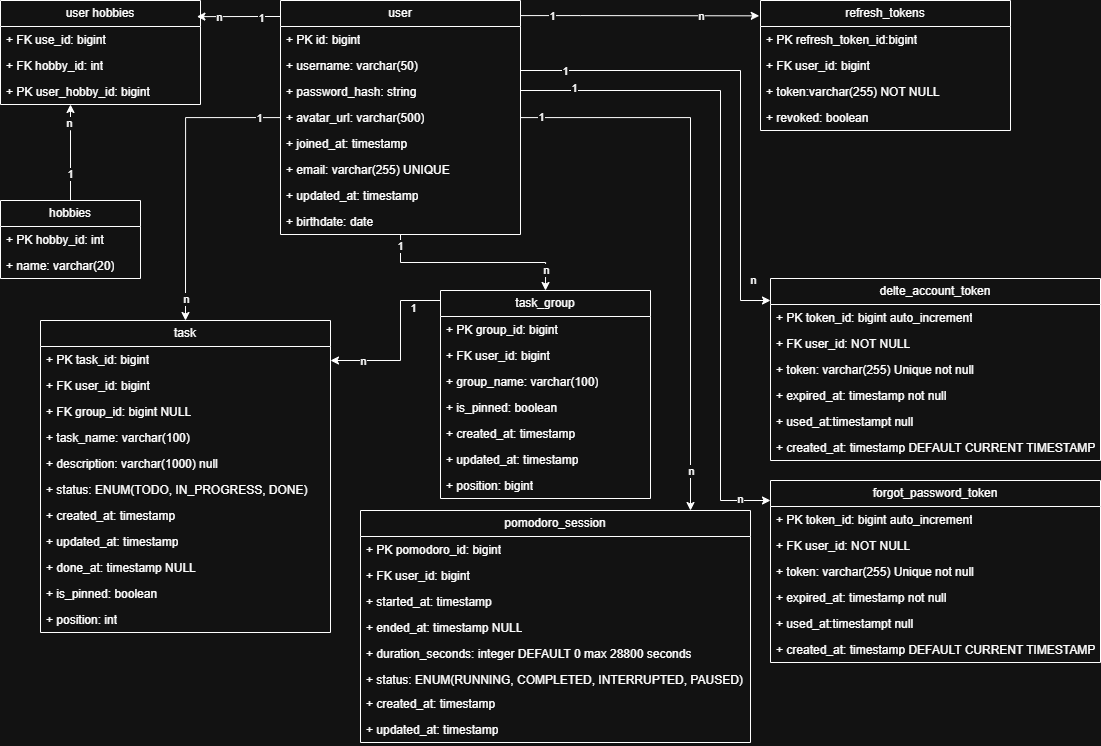
Above: design/diagrams/erd/erd_focusflow.drawio.png in nhatkhang25092005/Focus-Flow (draw.io), before the change. Source tidied: cells renumbered, new cells last; positions are measured from the earlier drawing's top-left corner, leaving out a move shared by most shapes.
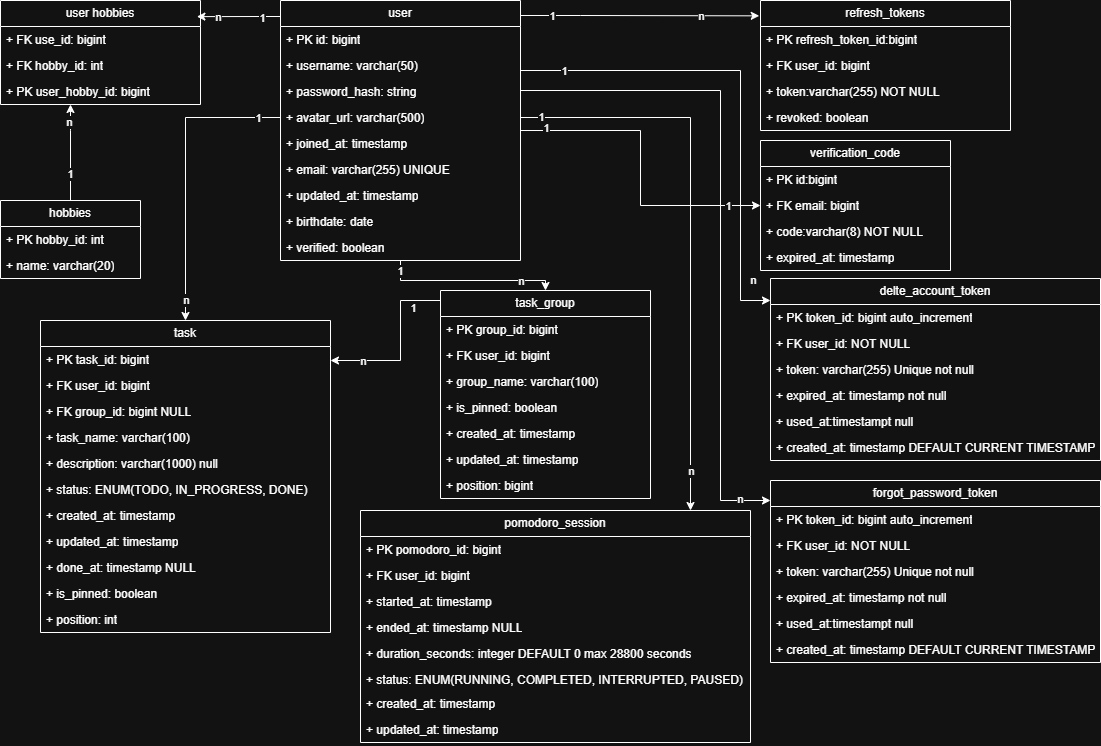
Above is the later version.

Diff of the diagram source:
```diff
@@ -3,13 +3,20 @@
     <mxCell id="0" />
     <mxCell id="1" parent="0" />
     <mxCell id="2" style="edgeStyle=orthogonalEdgeStyle;rounded=0;jettySize=auto;html=1;entryX=0.5;entryY=0;entryDx=0;entryDy=0;" parent="1" edge="1" source="14" target="23">
-      <mxGeometry relative="1" as="geometry" />
+      <mxGeometry relative="1" as="geometry">
+        <Array as="points">
+          <mxPoint x="400" y="280" />
+          <mxPoint x="545" y="280" />
+        </Array>
+      </mxGeometry>
     </mxCell>
     <mxCell id="3" value="1" style="edgeLabel;html=1;align=center;verticalAlign=middle;" parent="2" vertex="1">
       <mxGeometry x="-0.89" y="-1" relative="1" as="geometry" />
     </mxCell>
     <mxCell id="4" value="n" style="edgeLabel;html=1;align=center;verticalAlign=middle;" parent="2" vertex="1">
-      <mxGeometry x="0.8" relative="1" as="geometry" />
+      <mxGeometry x="0.8" relative="1" as="geometry">
+        <mxPoint x="-17" as="offset" />
+      </mxGeometry>
     </mxCell>
     <mxCell id="5" style="edgeStyle=orthogonalEdgeStyle;rounded=0;jettySize=auto;html=1;entryX=0.5;entryY=0;entryDx=0;entryDy=0;" parent="1" edge="1" source="14" target="31">
       <mxGeometry relative="1" as="geometry">
@@ -40,7 +47,7 @@
         <mxPoint x="14" y="-2" as="offset" />
       </mxGeometry>
     </mxCell>
-    <mxCell id="11" style="edgeStyle=orthogonalEdgeStyle;rounded=0;jettySize=auto;html=1;" parent="1" edge="1" source="14" target="68">
+    <mxCell id="11" style="edgeStyle=orthogonalEdgeStyle;rounded=0;jettySize=auto;html=1;exitX=1;exitY=0.5;exitDx=0;exitDy=0;" parent="1" edge="1" source="17" target="68">
       <mxGeometry relative="1" as="geometry">
         <Array as="points">
           <mxPoint x="720" y="90" />
@@ -48,14 +55,11 @@
         </Array>
       </mxGeometry>
     </mxCell>
-    <mxCell id="12" value="1" style="edgeLabel;html=1;align=center;verticalAlign=middle;" parent="11" vertex="1">
-      <mxGeometry x="-0.84" y="3" relative="1" as="geometry" />
-    </mxCell>
     <mxCell id="13" value="n" style="edgeLabel;html=1;align=center;verticalAlign=middle;" parent="11" vertex="1">
       <mxGeometry x="0.91" y="2" relative="1" as="geometry" />
     </mxCell>
     <mxCell id="14" value="user" style="swimlane;fontStyle=0;horizontal=1;startSize=26;fillColor=none;whiteSpace=wrap;html=1;" parent="1" vertex="1">
-      <mxGeometry x="280" width="240" height="234" as="geometry" />
+      <mxGeometry x="280" width="240" height="260" as="geometry" />
     </mxCell>
     <mxCell id="15" value="+ PK id: bigint" style="text;strokeColor=none;fillColor=none;align=left;verticalAlign=top;spacingLeft=4;spacingRight=4;overflow=hidden;whiteSpace=wrap;html=1;" parent="14" vertex="1">
       <mxGeometry y="26" width="240" height="26" as="geometry" />
@@ -81,6 +85,9 @@
     <mxCell id="22" value="+ birthdate: date" style="text;strokeColor=none;fillColor=none;align=left;verticalAlign=top;spacingLeft=4;spacingRight=4;overflow=hidden;whiteSpace=wrap;html=1;" parent="14" vertex="1">
       <mxGeometry y="208" width="240" height="26" as="geometry" />
     </mxCell>
+    <mxCell id="93" value="+ verified: boolean" style="text;strokeColor=none;fillColor=none;align=left;verticalAlign=top;spacingLeft=4;spacingRight=4;overflow=hidden;whiteSpace=wrap;html=1;" parent="14" vertex="1">
+      <mxGeometry y="234" width="240" height="26" as="geometry" />
+    </mxCell>
     <mxCell id="23" value="task_group" style="swimlane;fontStyle=0;horizontal=1;startSize=26;fillColor=none;whiteSpace=wrap;html=1;" parent="1" vertex="1">
       <mxGeometry x="440" y="290" width="210" height="208" as="geometry" />
     </mxCell>
@@ -321,5 +328,34 @@
     <mxCell id="92" value="n" style="edgeLabel;html=1;align=center;verticalAlign=middle;" parent="90" vertex="1">
       <mxGeometry x="0.51" relative="1" as="geometry" />
     </mxCell>
+    <mxCell id="94" style="edgeStyle=orthogonalEdgeStyle;rounded=0;jettySize=auto;html=1;" parent="1" edge="1" source="14" target="97">
+      <mxGeometry relative="1" as="geometry">
+        <Array as="points">
+          <mxPoint x="640" y="130" />
+          <mxPoint x="640" y="205" />
+        </Array>
+      </mxGeometry>
+    </mxCell>
+    <mxCell id="95" value="1" style="edgeLabel;html=1;align=center;verticalAlign=middle;" parent="94" vertex="1">
+      <mxGeometry x="-0.84" y="3" relative="1" as="geometry" />
+    </mxCell>
+    <mxCell id="96" value="1" style="edgeLabel;html=1;align=center;verticalAlign=middle;" parent="94" vertex="1">
+      <mxGeometry x="0.79" relative="1" as="geometry" />
+    </mxCell>
+    <mxCell id="97" value="verification_code" style="swimlane;fontStyle=0;horizontal=1;startSize=26;fillColor=none;whiteSpace=wrap;html=1;" parent="1" vertex="1">
+      <mxGeometry x="760" y="140" width="190" height="130" as="geometry" />
+    </mxCell>
+    <mxCell id="98" value="+ PK id:bigint" style="text;strokeColor=none;fillColor=none;align=left;verticalAlign=top;spacingLeft=4;spacingRight=4;overflow=hidden;whiteSpace=wrap;html=1;" parent="97" vertex="1">
+      <mxGeometry y="26" width="190" height="26" as="geometry" />
+    </mxCell>
+    <mxCell id="99" value="+ FK email: bigint" style="text;strokeColor=none;fillColor=none;align=left;verticalAlign=top;spacingLeft=4;spacingRight=4;overflow=hidden;whiteSpace=wrap;html=1;" parent="97" vertex="1">
+      <mxGeometry y="52" width="190" height="26" as="geometry" />
+    </mxCell>
+    <mxCell id="100" value="+ code:varchar(8) NOT NULL" style="text;strokeColor=none;fillColor=none;align=left;verticalAlign=top;spacingLeft=4;spacingRight=4;overflow=hidden;whiteSpace=wrap;html=1;" parent="97" vertex="1">
+      <mxGeometry y="78" width="190" height="26" as="geometry" />
+    </mxCell>
+    <mxCell id="101" value="+ expired_at: timestamp" style="text;strokeColor=none;fillColor=none;align=left;verticalAlign=top;spacingLeft=4;spacingRight=4;overflow=hidden;whiteSpace=wrap;html=1;" parent="97" vertex="1">
+      <mxGeometry y="104" width="190" height="26" as="geometry" />
+    </mxCell>
   </root>
 </mxGraphModel>
```
